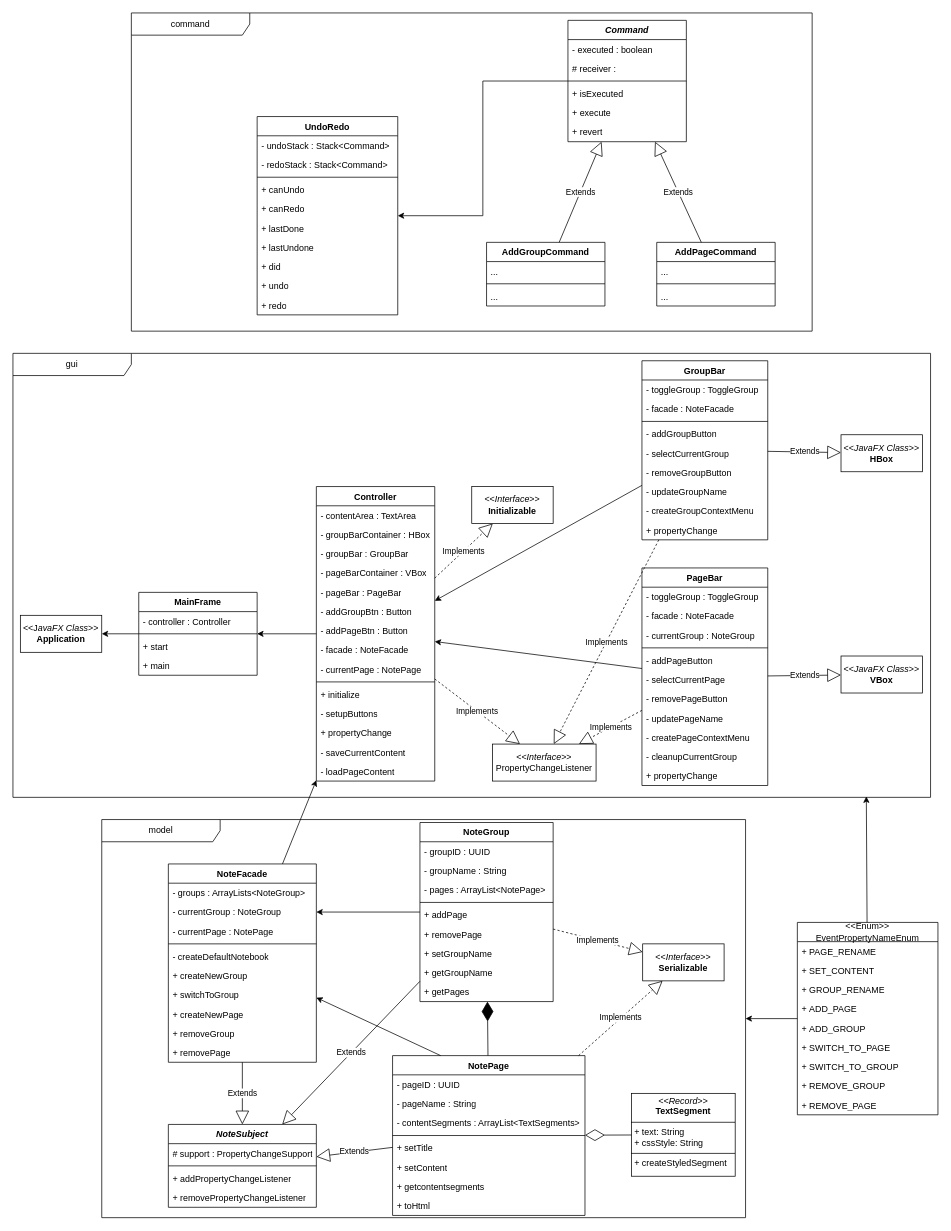
EvatsugDnalloR/NotebookApplication keeps this draw.io diagram as page "Class Diagram" (9 of 9) of uml_diagrams/notebookapp.drawio. Above is the earlier version. Source tidied: cells renumbered, new cells numbered last; positions are measured from the earlier drawing's top-left corner, leaving out a move shared by most shapes. Both pictures are drawn from the tidied source at 74%, with x=0, y=0 at pixel (13, 13).
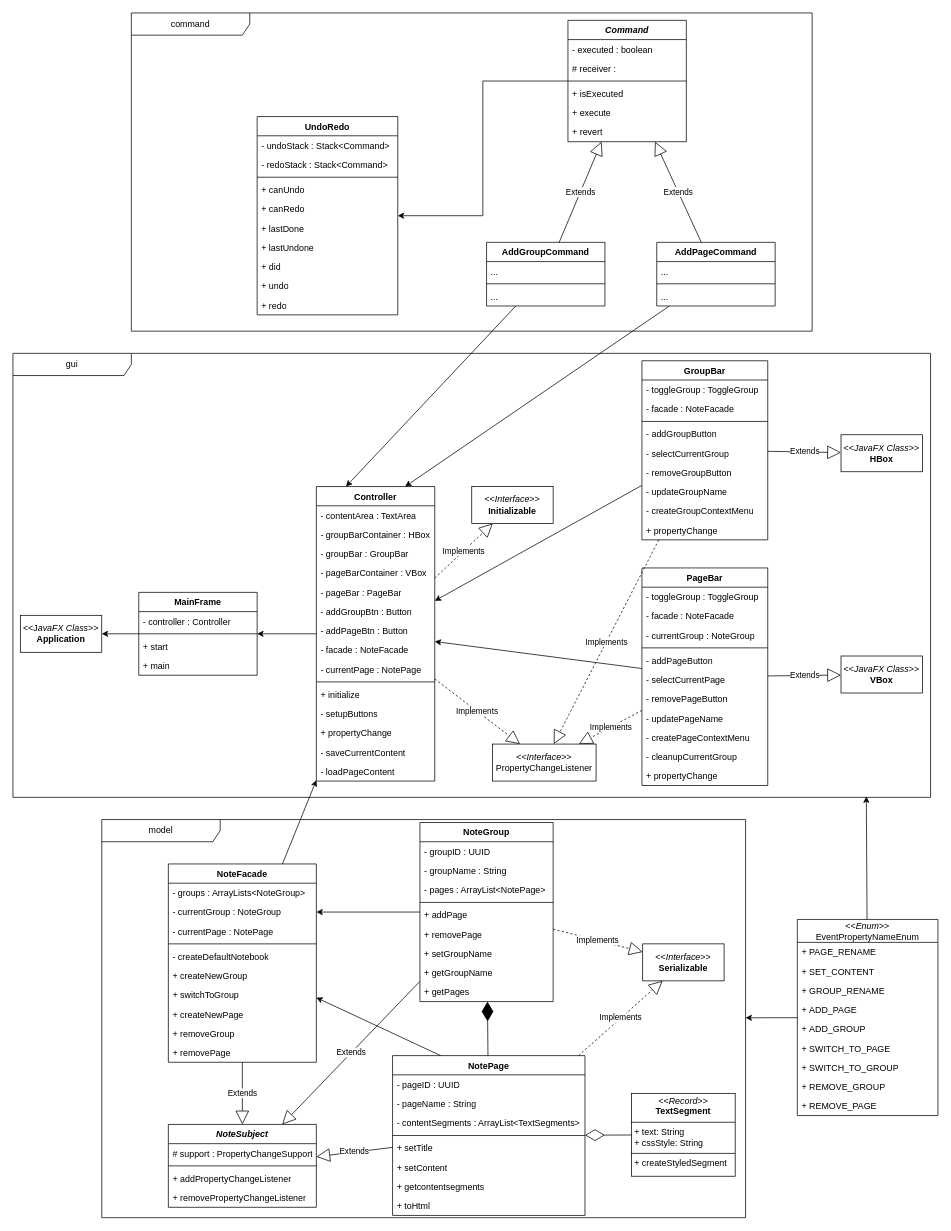
The same diagram, later.

Unchanged cells that the change refers to:
```xml
<mxCell id="51" value="AddPageCommand" style="swimlane;fontStyle=1;align=center;verticalAlign=top;horizontal=1;startSize=26;whiteSpace=wrap;html=1;" parent="1" vertex="1">
  <mxGeometry x="870" y="310" width="160" height="86" as="geometry" />
</mxCell>
<mxCell id="55" value="AddGroupCommand" style="swimlane;fontStyle=1;align=center;verticalAlign=top;horizontal=1;startSize=26;whiteSpace=wrap;html=1;" parent="1" vertex="1">
  <mxGeometry x="640" y="310" width="160" height="86" as="geometry" />
</mxCell>
<mxCell id="64" value="Controller" style="swimlane;fontStyle=1;align=center;verticalAlign=top;horizontal=1;startSize=26;whiteSpace=wrap;html=1;" parent="1" vertex="1">
  <mxGeometry x="410" y="640" width="160" height="398" as="geometry" />
</mxCell>
```

The edit, as a diff of the source:
```diff
@@
-    <mxCell id="137" value="&amp;lt;&amp;lt;Enum&amp;gt;&amp;gt;&lt;div&gt;EventPropertyNameEnum&lt;/div&gt;" style="swimlane;fontStyle=0;horizontal=1;startSize=26;fillColor=none;whiteSpace=wrap;html=1;" parent="1" vertex="1">
-      <mxGeometry x="1060" y="1229" width="190" height="260" as="geometry" />
+    <mxCell id="137" value="&amp;lt;&amp;lt;&lt;i&gt;Enum&lt;/i&gt;&amp;gt;&amp;gt;&lt;div&gt;EventPropertyNameEnum&lt;/div&gt;" style="swimlane;fontStyle=0;horizontal=1;startSize=31;fillColor=none;whiteSpace=wrap;html=1;" parent="1" vertex="1">
+      <mxGeometry x="1060" y="1225" width="190" height="265" as="geometry" />
     </mxCell>
     <mxCell id="138" value="+ PAGE_RENAME" style="text;strokeColor=none;fillColor=none;align=left;verticalAlign=top;spacingLeft=4;spacingRight=4;overflow=hidden;whiteSpace=wrap;html=1;" parent="137" vertex="1">
-      <mxGeometry y="26" width="190" height="26" as="geometry" />
+      <mxGeometry y="31" width="190" height="26" as="geometry" />
     </mxCell>
     <mxCell id="139" value="+&amp;nbsp;SET_CONTENT" style="text;strokeColor=none;fillColor=none;align=left;verticalAlign=top;spacingLeft=4;spacingRight=4;overflow=hidden;whiteSpace=wrap;html=1;" parent="137" vertex="1">
-      <mxGeometry y="52" width="190" height="26" as="geometry" />
+      <mxGeometry y="57" width="190" height="26" as="geometry" />
     </mxCell>
     <mxCell id="140" value="+&amp;nbsp;GROUP_RENAME" style="text;strokeColor=none;fillColor=none;align=left;verticalAlign=top;spacingLeft=4;spacingRight=4;overflow=hidden;whiteSpace=wrap;html=1;" parent="137" vertex="1">
-      <mxGeometry y="78" width="190" height="26" as="geometry" />
+      <mxGeometry y="83" width="190" height="26" as="geometry" />
     </mxCell>
     <mxCell id="141" value="+&amp;nbsp;ADD_PAGE" style="text;strokeColor=none;fillColor=none;align=left;verticalAlign=top;spacingLeft=4;spacingRight=4;overflow=hidden;whiteSpace=wrap;html=1;" parent="137" vertex="1">
-      <mxGeometry y="104" width="190" height="26" as="geometry" />
+      <mxGeometry y="109" width="190" height="26" as="geometry" />
     </mxCell>
     <mxCell id="142" value="+&amp;nbsp;ADD_GROUP" style="text;strokeColor=none;fillColor=none;align=left;verticalAlign=top;spacingLeft=4;spacingRight=4;overflow=hidden;whiteSpace=wrap;html=1;" parent="137" vertex="1">
-      <mxGeometry y="130" width="190" height="26" as="geometry" />
+      <mxGeometry y="135" width="190" height="26" as="geometry" />
     </mxCell>
     <mxCell id="143" value="+&amp;nbsp;SWITCH_TO_PAGE" style="text;strokeColor=none;fillColor=none;align=left;verticalAlign=top;spacingLeft=4;spacingRight=4;overflow=hidden;whiteSpace=wrap;html=1;" parent="137" vertex="1">
-      <mxGeometry y="156" width="190" height="26" as="geometry" />
+      <mxGeometry y="161" width="190" height="26" as="geometry" />
     </mxCell>
     <mxCell id="144" value="+&amp;nbsp;SWITCH_TO_GROUP" style="text;strokeColor=none;fillColor=none;align=left;verticalAlign=top;spacingLeft=4;spacingRight=4;overflow=hidden;whiteSpace=wrap;html=1;" parent="137" vertex="1">
-      <mxGeometry y="182" width="190" height="26" as="geometry" />
+      <mxGeometry y="187" width="190" height="26" as="geometry" />
     </mxCell>
     <mxCell id="145" value="+&amp;nbsp;REMOVE_GROUP" style="text;strokeColor=none;fillColor=none;align=left;verticalAlign=top;spacingLeft=4;spacingRight=4;overflow=hidden;whiteSpace=wrap;html=1;" parent="137" vertex="1">
-      <mxGeometry y="208" width="190" height="26" as="geometry" />
+      <mxGeometry y="213" width="190" height="26" as="geometry" />
     </mxCell>
     <mxCell id="146" value="+&amp;nbsp;REMOVE_PAGE" style="text;strokeColor=none;fillColor=none;align=left;verticalAlign=top;spacingLeft=4;spacingRight=4;overflow=hidden;whiteSpace=wrap;html=1;" parent="137" vertex="1">
-      <mxGeometry y="234" width="190" height="26" as="geometry" />
+      <mxGeometry y="239" width="190" height="26" as="geometry" />
     </mxCell>
@@
+    <mxCell id="151" style="rounded=0;jettySize=auto;html=1;entryX=0.25;entryY=0;entryDx=0;entryDy=0;" parent="1" edge="1" source="55" target="64">
+      <mxGeometry relative="1" as="geometry" />
+    </mxCell>
+    <mxCell id="152" style="rounded=0;jettySize=auto;html=1;entryX=0.75;entryY=0;entryDx=0;entryDy=0;" parent="1" edge="1" source="51" target="64">
+      <mxGeometry relative="1" as="geometry" />
+    </mxCell>
```
